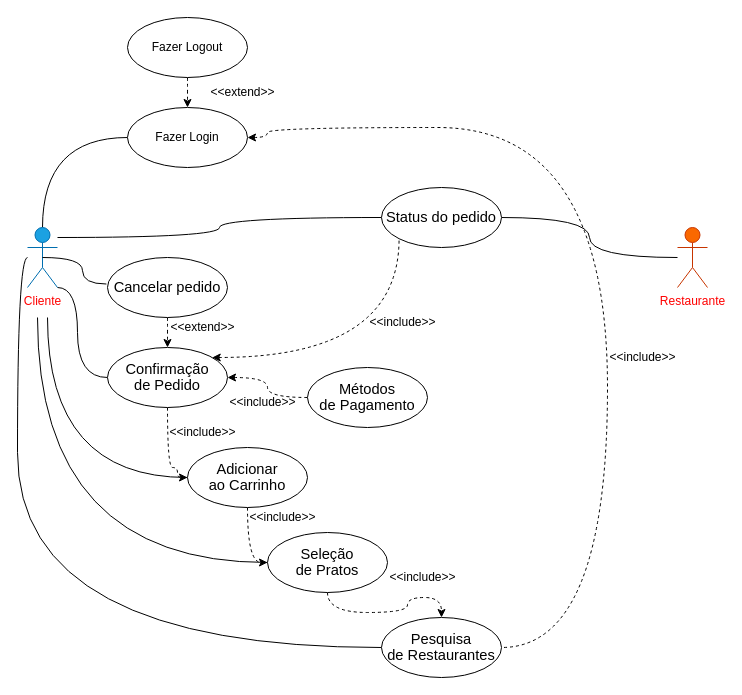
This is SPRINT - 4 - Requisitos e modelagem de software/Modelagem de Software/ModelagemSoftwareCasosDeUsos.drawio from ViniciusPorcionato/5_DEV_TD, a draw.io file, before an edit. Source tidied: cells renumbered, new cells numbered last; positions are measured from the earlier drawing's top-left corner, leaving out a move shared by most shapes. Both pictures are drawn from the tidied source at 100%, with x=0, y=0 at pixel (17, 17).
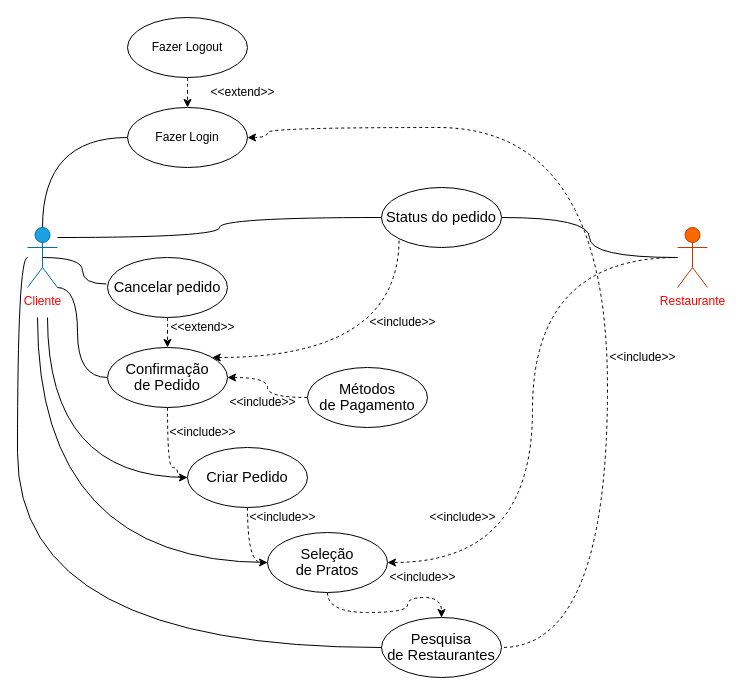
The same diagram, later.

Unchanged cells that the change refers to:
```xml
<mxCell id="9" value="&lt;font color=&quot;#ff0000&quot;&gt;Restaurante&lt;/font&gt;" style="shape=umlActor;verticalLabelPosition=bottom;verticalAlign=top;html=1;fillColor=#fa6800;fontColor=#000000;strokeColor=#C73500;" parent="1" vertex="1">
  <mxGeometry x="660" y="210" width="30" height="60" as="geometry" />
</mxCell>
<mxCell id="16" value="&lt;span style=&quot;font-size:11.0pt;line-height:107%;&lt;br/&gt;font-family:&amp;quot;Calibri&amp;quot;,sans-serif;mso-ascii-theme-font:minor-latin;mso-fareast-font-family:&lt;br/&gt;Calibri;mso-fareast-theme-font:minor-latin;mso-hansi-theme-font:minor-latin;&lt;br/&gt;mso-bidi-font-family:&amp;quot;Times New Roman&amp;quot;;mso-bidi-theme-font:minor-bidi;&lt;br/&gt;mso-ansi-language:PT-BR;mso-fareast-language:EN-US;mso-bidi-language:AR-SA&quot;&gt;Seleção&lt;br/&gt;de Pratos&lt;/span&gt;" style="ellipse;whiteSpace=wrap;html=1;" parent="1" vertex="1">
  <mxGeometry x="250" y="515" width="120" height="60" as="geometry" />
</mxCell>
```

Diff of the diagram source:
```diff
@@
+    <mxCell id="37" style="edgeStyle=orthogonalEdgeStyle;rounded=0;jettySize=auto;html=1;entryX=1;entryY=0.5;entryDx=0;entryDy=0;curved=1;dashed=1;" parent="1" edge="1" source="9" target="16">
+      <mxGeometry relative="1" as="geometry" />
+    </mxCell>
@@
-    <mxCell id="18" value="&lt;span style=&quot;font-size:11.0pt;line-height:107%;&lt;br/&gt;font-family:&amp;quot;Calibri&amp;quot;,sans-serif;mso-ascii-theme-font:minor-latin;mso-fareast-font-family:&lt;br/&gt;Calibri;mso-fareast-theme-font:minor-latin;mso-hansi-theme-font:minor-latin;&lt;br/&gt;mso-bidi-font-family:&amp;quot;Times New Roman&amp;quot;;mso-bidi-theme-font:minor-bidi;&lt;br/&gt;mso-ansi-language:PT-BR;mso-fareast-language:EN-US;mso-bidi-language:AR-SA&quot;&gt;Adicionar&lt;br/&gt;ao Carrinho&lt;/span&gt;" style="ellipse;whiteSpace=wrap;html=1;" parent="1" vertex="1">
+    <mxCell id="18" value="&lt;span style=&quot;font-size: 14.6667px;&quot;&gt;Criar Pedido&lt;/span&gt;" style="ellipse;whiteSpace=wrap;html=1;" parent="1" vertex="1">
       <mxGeometry x="170" y="430" width="120" height="60" as="geometry" />
     </mxCell>
@@
+    <mxCell id="38" value="&amp;lt;&amp;lt;include&amp;gt;&amp;gt;" style="text;html=1;align=center;verticalAlign=middle;strokeColor=none;fillColor=none;" parent="1" vertex="1">
+      <mxGeometry x="400" y="485" width="90" height="30" as="geometry" />
+    </mxCell>
```
